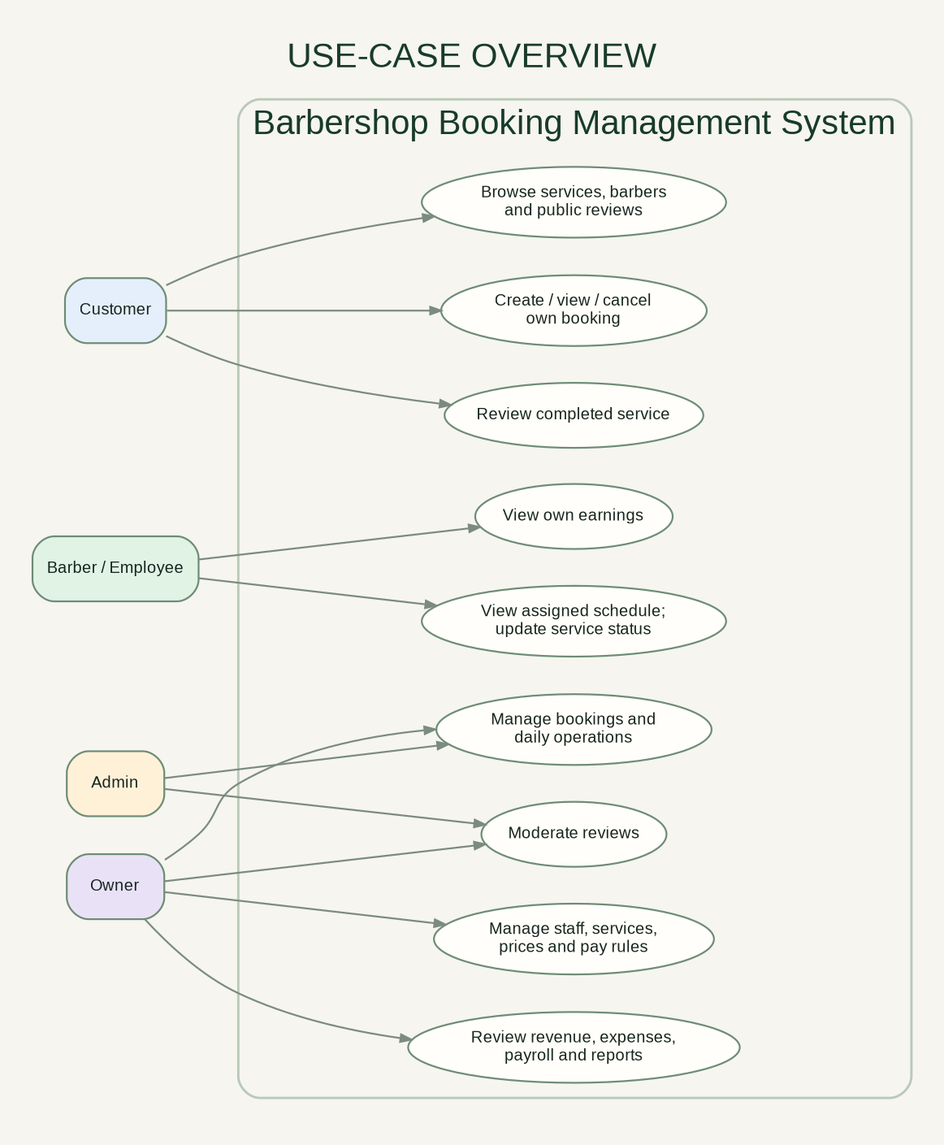
mraaligato-bit/barbershop-booking-management-system keeps this Graphviz diagram as barbershop_project/diagrams/use_case.png. Above is the earlier version. Its source is kept beside it as barbershop_project/diagrams/use_case.dot. Source of this version:
```dot
digraph UseCases {
 graph [rankdir=LR, bgcolor="#f6f5f0", pad="0.25", nodesep="0.28", ranksep="0.42", splines=true, fontname="Arial", label="USE-CASE OVERVIEW", labelloc=t, fontsize=19, fontcolor="#183b2b"];
 node [fontname="Arial", fontsize=9, color="#6e8c75", fontcolor="#17251f"];
 edge [fontname="Arial", fontsize=8, color="#7b8b7e", arrowsize=.6];
 customer [label="Customer", shape=box, style="rounded,filled", fillcolor="#e5effc"];
 admin [label="Admin", shape=box, style="rounded,filled", fillcolor="#fff1d8"];
 barber [label="Barber / Employee", shape=box, style="rounded,filled", fillcolor="#e0f3e4"];
 owner [label="Owner", shape=box, style="rounded,filled", fillcolor="#e9e2f7"];
 subgraph cluster_system { label="Barbershop Booking Management System"; color="#b9c9b8"; style="rounded"; penwidth=1.3;
  browse [label="Browse services, barbers\nand public reviews", shape=ellipse, style=filled, fillcolor="#fffefa"];
  book [label="Create / view / cancel\nown booking", shape=ellipse, style=filled, fillcolor="#fffefa"];
  review [label="Review completed service", shape=ellipse, style=filled, fillcolor="#fffefa"];
  ops [label="Manage bookings and\ndaily operations", shape=ellipse, style=filled, fillcolor="#fffefa"];
  moderate [label="Moderate reviews", shape=ellipse, style=filled, fillcolor="#fffefa"];
  schedule [label="View assigned schedule;\nupdate service status", shape=ellipse, style=filled, fillcolor="#fffefa"];
  earnings [label="View own earnings", shape=ellipse, style=filled, fillcolor="#fffefa"];
  financial [label="Review revenue, expenses,\npayroll and reports", shape=ellipse, style=filled, fillcolor="#fffefa"];
  settings [label="Manage staff, services,\nprices and pay rules", shape=ellipse, style=filled, fillcolor="#fffefa"];
 }
 customer -> browse; customer -> book; customer -> review;
 admin -> ops; admin -> moderate;
 barber -> schedule; barber -> earnings;
 owner -> ops; owner -> moderate; owner -> financial; owner -> settings;
}
```
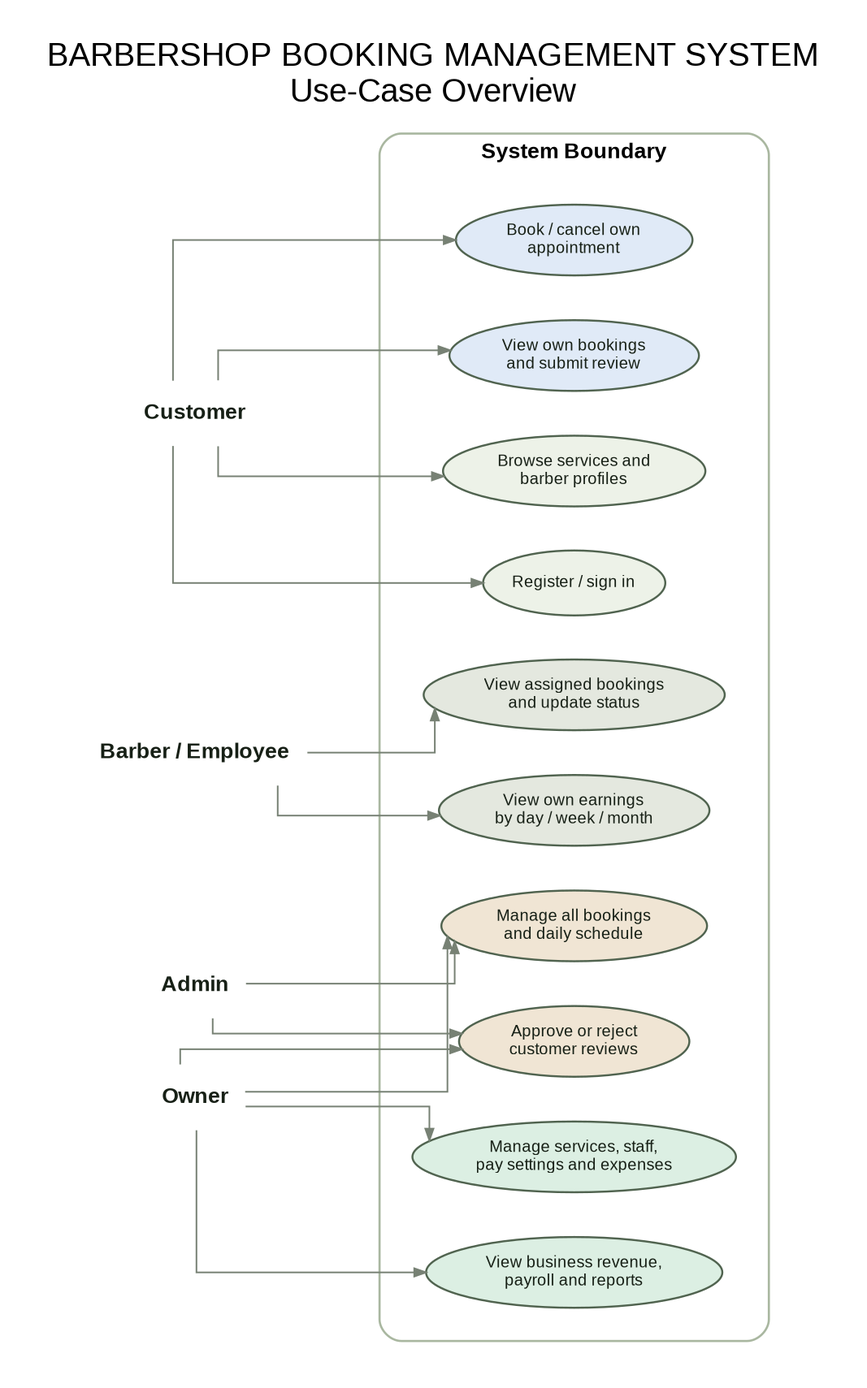
After the commit.

Diff of the diagram source:
```diff
@@ -1,24 +1,27 @@
-digraph UseCases {
- graph [rankdir=LR, bgcolor="#f6f5f0", pad="0.25", nodesep="0.28", ranksep="0.42", splines=true, fontname="Arial", label="USE-CASE OVERVIEW", labelloc=t, fontsize=19, fontcolor="#183b2b"];
- node [fontname="Arial", fontsize=9, color="#6e8c75", fontcolor="#17251f"];
- edge [fontname="Arial", fontsize=8, color="#7b8b7e", arrowsize=.6];
- customer [label="Customer", shape=box, style="rounded,filled", fillcolor="#e5effc"];
- admin [label="Admin", shape=box, style="rounded,filled", fillcolor="#fff1d8"];
- barber [label="Barber / Employee", shape=box, style="rounded,filled", fillcolor="#e0f3e4"];
- owner [label="Owner", shape=box, style="rounded,filled", fillcolor="#e9e2f7"];
- subgraph cluster_system { label="Barbershop Booking Management System"; color="#b9c9b8"; style="rounded"; penwidth=1.3;
-  browse [label="Browse services, barbers\nand public reviews", shape=ellipse, style=filled, fillcolor="#fffefa"];
-  book [label="Create / view / cancel\nown booking", shape=ellipse, style=filled, fillcolor="#fffefa"];
-  review [label="Review completed service", shape=ellipse, style=filled, fillcolor="#fffefa"];
-  ops [label="Manage bookings and\ndaily operations", shape=ellipse, style=filled, fillcolor="#fffefa"];
-  moderate [label="Moderate reviews", shape=ellipse, style=filled, fillcolor="#fffefa"];
-  schedule [label="View assigned schedule;\nupdate service status", shape=ellipse, style=filled, fillcolor="#fffefa"];
-  earnings [label="View own earnings", shape=ellipse, style=filled, fillcolor="#fffefa"];
-  financial [label="Review revenue, expenses,\npayroll and reports", shape=ellipse, style=filled, fillcolor="#fffefa"];
-  settings [label="Manage staff, services,\nprices and pay rules", shape=ellipse, style=filled, fillcolor="#fffefa"];
- }
- customer -> browse; customer -> book; customer -> review;
- admin -> ops; admin -> moderate;
- barber -> schedule; barber -> earnings;
- owner -> ops; owner -> moderate; owner -> financial; owner -> settings;
+digraph UseCase {
+  graph [rankdir=LR, splines=ortho, nodesep=0.34, ranksep=0.8, pad=0.25, bgcolor="white", fontname="Arial", labelloc=t, label="BARBERSHOP BOOKING MANAGEMENT SYSTEM\nUse-Case Overview", fontsize=18];
+  node [fontname="Arial", fontsize=9, color="#50634f", fontcolor="#172016", penwidth=1.1, margin="0.12,0.06"];
+  edge [color="#778174", arrowsize=0.65, penwidth=0.9];
+  customer [label="Customer", shape=plaintext, fontsize=12, fontname="Arial Bold"];
+  admin [label="Admin", shape=plaintext, fontsize=12, fontname="Arial Bold"];
+  barber [label="Barber / Employee", shape=plaintext, fontsize=12, fontname="Arial Bold"];
+  owner [label="Owner", shape=plaintext, fontsize=12, fontname="Arial Bold"];
+  subgraph cluster_system {
+    label="System Boundary"; color="#a9b7a0"; style="rounded"; penwidth=1.2; margin=18; fontname="Arial Bold"; fontsize=12;
+    browse [label="Browse services and\nbarber profiles", shape=ellipse, style=filled, fillcolor="#edf2e8"];
+    signup [label="Register / sign in", shape=ellipse, style=filled, fillcolor="#edf2e8"];
+    book [label="Book / cancel own\nappointment", shape=ellipse, style=filled, fillcolor="#e0eaf7"];
+    ownhist [label="View own bookings\nand submit review", shape=ellipse, style=filled, fillcolor="#e0eaf7"];
+    appt [label="Manage all bookings\nand daily schedule", shape=ellipse, style=filled, fillcolor="#f0e5d4"];
+    moderate [label="Approve or reject\ncustomer reviews", shape=ellipse, style=filled, fillcolor="#f0e5d4"];
+    work [label="View assigned bookings\nand update status", shape=ellipse, style=filled, fillcolor="#e4e8df"];
+    earnings [label="View own earnings\nby day / week / month", shape=ellipse, style=filled, fillcolor="#e4e8df"];
+    manage [label="Manage services, staff,\npay settings and expenses", shape=ellipse, style=filled, fillcolor="#dcefe3"];
+    reports [label="View business revenue,\npayroll and reports", shape=ellipse, style=filled, fillcolor="#dcefe3"];
+  }
+  {rank=same; customer; admin; barber; owner;}
+  customer -> browse; customer -> signup; customer -> book; customer -> ownhist;
+  admin -> appt; admin -> moderate;
+  barber -> work; barber -> earnings;
+  owner -> appt; owner -> moderate; owner -> manage; owner -> reports;
 }
```
